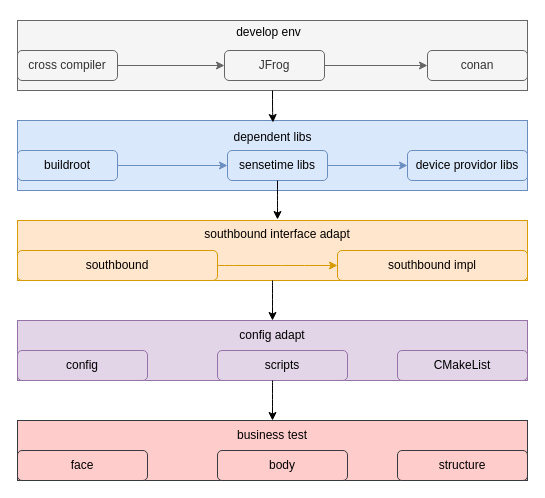
zbb775885/diagram keeps this draw.io diagram as work_flow.drawio. Above is the earlier version. Source tidied: cells renumbered, new cells numbered last; positions are measured from the earlier drawing's top-left corner, leaving out a move shared by most shapes. Both pictures are drawn from the tidied source at 100%, with x=0, y=0 at pixel (17, 17).
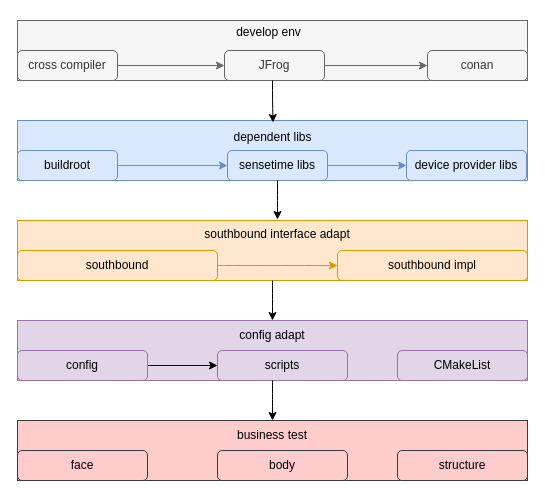
The same diagram, later.

Unchanged cells that the change refers to:
```xml
<mxCell id="2" style="group;" parent="1" vertex="1">
  <mxGeometry y="3" width="510" height="460" as="geometry" />
</mxCell>
<mxCell id="21" value="config" style="rounded=1;whiteSpace=wrap;html=1;fillColor=#e1d5e7;strokeColor=#9673a6;" parent="2" vertex="1">
  <mxGeometry y="330" width="130" height="30" as="geometry" />
</mxCell>
<mxCell id="22" value="scripts" style="rounded=1;whiteSpace=wrap;html=1;fillColor=#e1d5e7;strokeColor=#9673a6;" parent="2" vertex="1">
  <mxGeometry x="200" y="330" width="130" height="30" as="geometry" />
</mxCell>
```

What changed in the source:
```diff
@@
     <mxCell id="3" style="rounded=0;whiteSpace=wrap;html=1;fillColor=#f5f5f5;fontColor=#333333;strokeColor=#666666;" parent="2" vertex="1">
-      <mxGeometry width="510" height="70" as="geometry" />
+      <mxGeometry width="510" height="60" as="geometry" />
     </mxCell>
     <mxCell id="4" style="rounded=0;whiteSpace=wrap;html=1;fillColor=#dae8fc;strokeColor=#6c8ebf;" parent="2" vertex="1">
-      <mxGeometry y="100" width="510" height="70" as="geometry" />
+      <mxGeometry y="100" width="510" height="60" as="geometry" />
     </mxCell>
@@
-    <mxCell id="16" value="device providor libs" style="rounded=1;whiteSpace=wrap;html=1;fillColor=#dae8fc;strokeColor=#6c8ebf;" parent="2" vertex="1">
-      <mxGeometry x="390" y="130" width="120" height="30" as="geometry" />
+    <mxCell id="16" value="device provider libs" style="rounded=1;whiteSpace=wrap;html=1;fillColor=#dae8fc;strokeColor=#6c8ebf;" parent="2" vertex="1">
+      <mxGeometry x="389" y="130" width="120" height="30" as="geometry" />
     </mxCell>
@@
+    <mxCell id="36" style="edgeStyle=orthogonalEdgeStyle;rounded=0;jettySize=auto;html=1;exitX=1;exitY=0.5;exitDx=0;exitDy=0;entryX=0;entryY=0.5;entryDx=0;entryDy=0;" parent="2" edge="1" source="21" target="22">
+      <mxGeometry relative="1" as="geometry" />
+    </mxCell>
```
